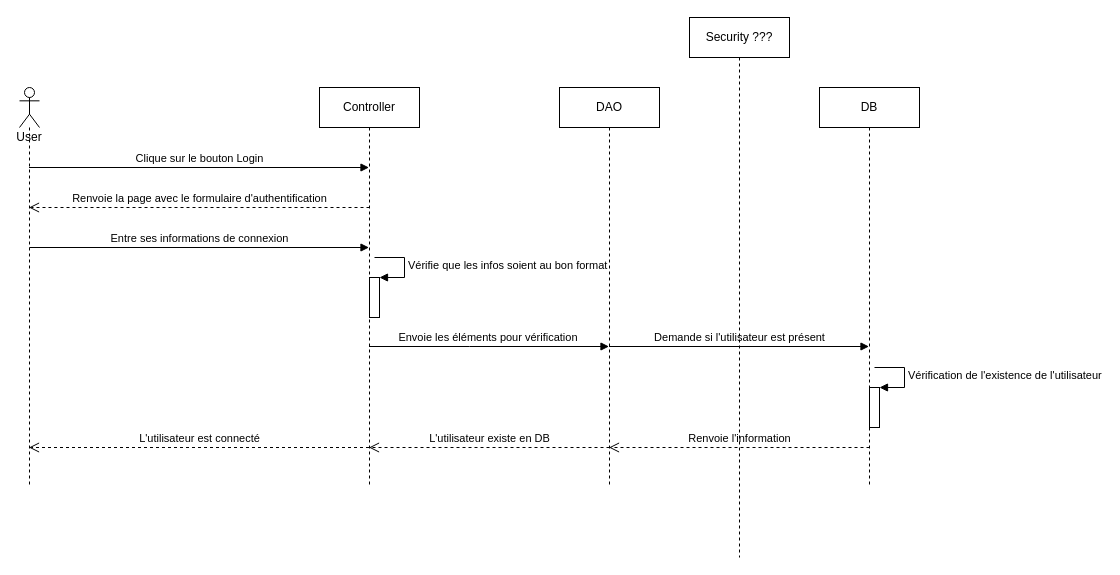
This is page "Sequence - Login" (3 of 6) of Ressources/toutedouceliste.drawio from Saralune/ToDoList_Spring, a draw.io file, before an edit. Source tidied: cells renumbered, new cells numbered last; positions are measured from the earlier drawing's top-left corner, leaving out a move shared by most shapes. Both pictures are drawn from the tidied source at 100%, with x=0, y=0 at pixel (19, 17).
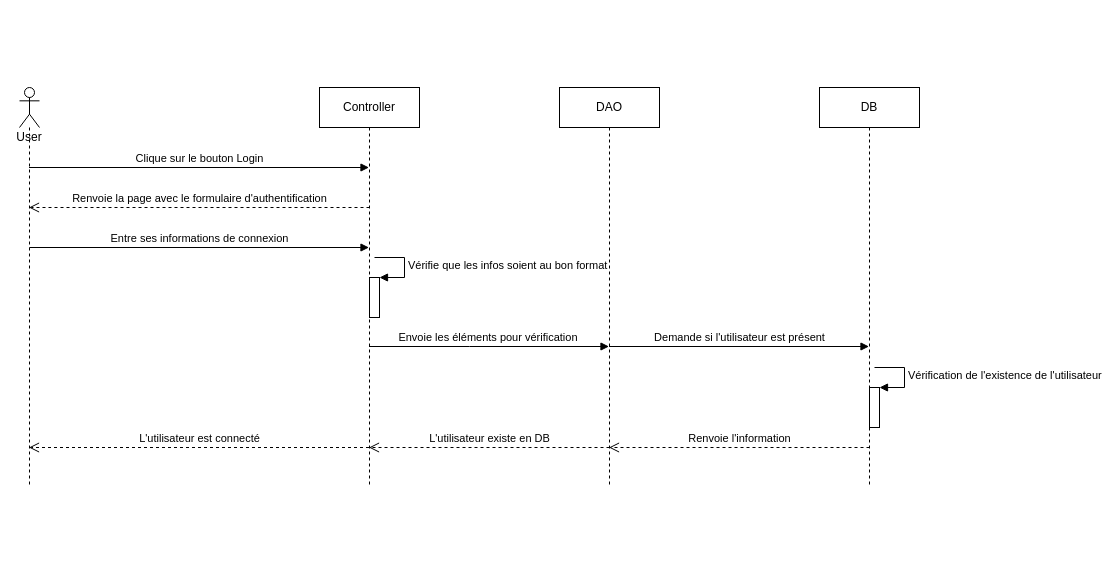
The same diagram, later.

What changed in the source:
```diff
@@
-    <mxCell id="18" value="Security ???" style="shape=umlLifeline;perimeter=lifelinePerimeter;whiteSpace=wrap;html=1;" parent="1" vertex="1">
-      <mxGeometry x="670" width="100" height="540" as="geometry" />
-    </mxCell>
```
